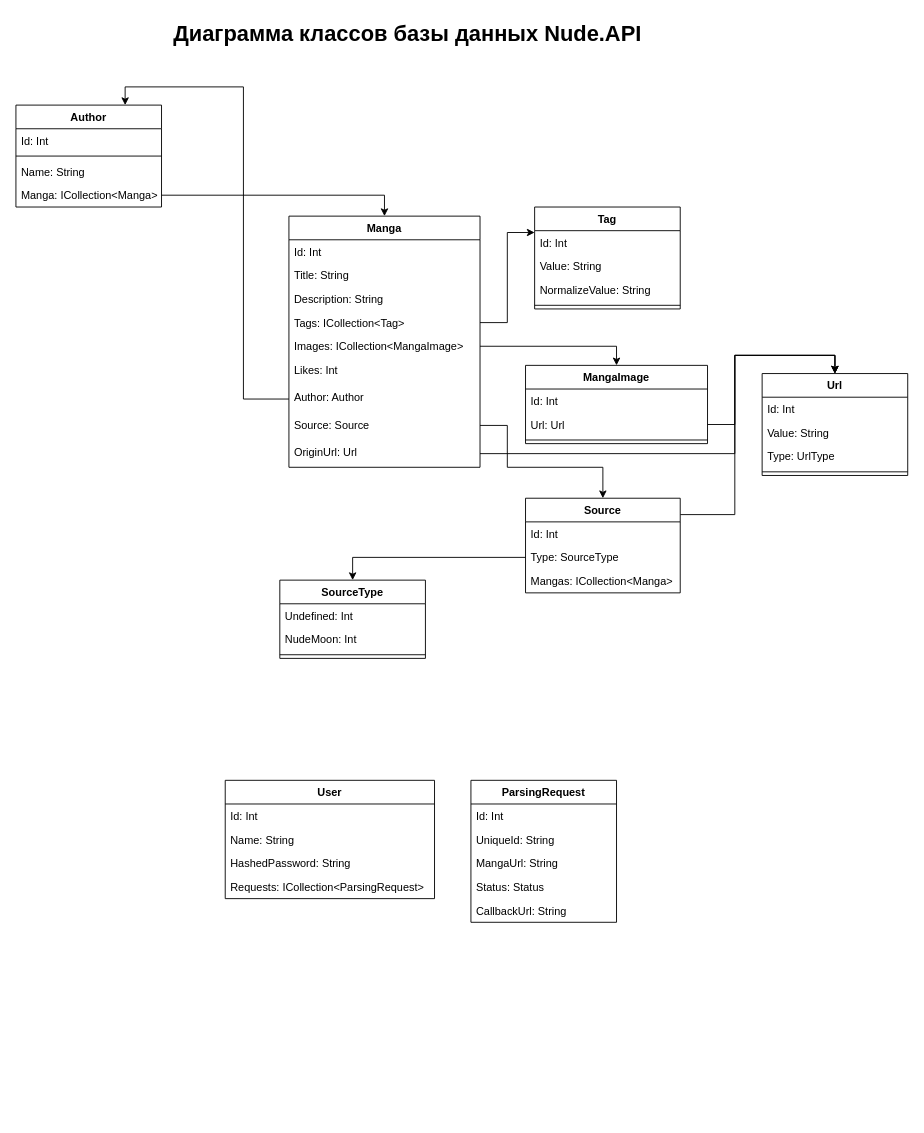
Sparrow1488/Nude keeps this draw.io diagram as etc/Nude.API.Database.drawio. Above is the earlier version. Source tidied: cells renumbered, new cells numbered last; positions are measured from the earlier drawing's top-left corner, leaving out a move shared by most shapes. Both pictures are drawn from the tidied source at 91%, with x=0, y=0 at pixel (15, 15).
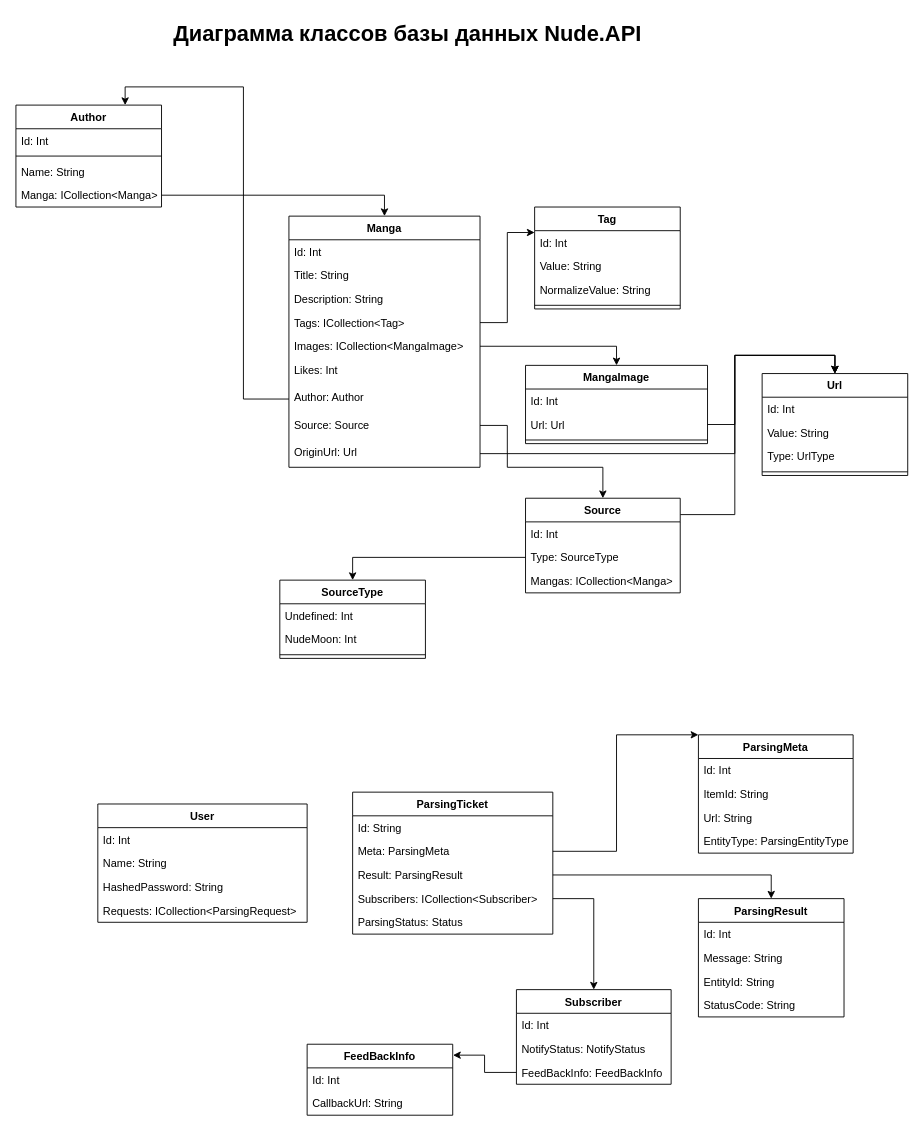
After the change.

What changed in the source:
```diff
@@
-    <mxCell id="49" value="ParsingRequest" style="swimlane;fontStyle=1;align=center;verticalAlign=top;horizontal=1;startSize=26;" parent="1" vertex="1">
-      <mxGeometry x="500" y="840" width="160" height="156" as="geometry" />
+    <mxCell id="49" value="ParsingTicket" style="swimlane;fontStyle=1;align=center;verticalAlign=top;horizontal=1;startSize=26;" parent="1" vertex="1">
+      <mxGeometry x="370" y="853" width="220" height="156" as="geometry" />
     </mxCell>
-    <mxCell id="50" value="Id: Int" style="text;strokeColor=none;fillColor=none;align=left;verticalAlign=top;spacingLeft=4;spacingRight=4;overflow=hidden;" parent="49" vertex="1">
-      <mxGeometry y="26" width="160" height="26" as="geometry" />
+    <mxCell id="50" value="Id: String" style="text;strokeColor=none;fillColor=none;align=left;verticalAlign=top;spacingLeft=4;spacingRight=4;overflow=hidden;" parent="49" vertex="1">
+      <mxGeometry y="26" width="220" height="26" as="geometry" />
     </mxCell>
-    <mxCell id="51" value="UniqueId: String" style="text;strokeColor=none;fillColor=none;align=left;verticalAlign=top;spacingLeft=4;spacingRight=4;overflow=hidden;points=[[0,0.5],[1,0.5]];portConstraint=eastwest;" parent="49" vertex="1">
-      <mxGeometry y="52" width="160" height="26" as="geometry" />
+    <mxCell id="51" value="Meta: ParsingMeta" style="text;strokeColor=none;fillColor=none;align=left;verticalAlign=top;spacingLeft=4;spacingRight=4;overflow=hidden;points=[[0,0.5],[1,0.5]];portConstraint=eastwest;" parent="49" vertex="1">
+      <mxGeometry y="52" width="220" height="26" as="geometry" />
     </mxCell>
-    <mxCell id="52" value="MangaUrl: String" style="text;strokeColor=none;fillColor=none;align=left;verticalAlign=top;spacingLeft=4;spacingRight=4;overflow=hidden;points=[[0,0.5],[1,0.5]];portConstraint=eastwest;" parent="49" vertex="1">
-      <mxGeometry y="78" width="160" height="26" as="geometry" />
+    <mxCell id="52" value="Result: ParsingResult" style="text;strokeColor=none;fillColor=none;align=left;verticalAlign=top;spacingLeft=4;spacingRight=4;overflow=hidden;points=[[0,0.5],[1,0.5]];portConstraint=eastwest;" parent="49" vertex="1">
+      <mxGeometry y="78" width="220" height="26" as="geometry" />
     </mxCell>
+    <mxCell id="60" value="Subscribers: ICollection&lt;Subscriber&gt;" style="text;strokeColor=none;fillColor=none;align=left;verticalAlign=top;spacingLeft=4;spacingRight=4;overflow=hidden;points=[[0,0.5],[1,0.5]];portConstraint=eastwest;" parent="49" vertex="1">
+      <mxGeometry y="104" width="220" height="26" as="geometry" />
+    </mxCell>
-    <mxCell id="53" value="Status: Status" style="text;strokeColor=none;fillColor=none;align=left;verticalAlign=top;spacingLeft=4;spacingRight=4;overflow=hidden;" parent="49" vertex="1">
-      <mxGeometry y="104" width="160" height="26" as="geometry" />
+    <mxCell id="53" value="ParsingStatus: Status" style="text;strokeColor=none;fillColor=none;align=left;verticalAlign=top;spacingLeft=4;spacingRight=4;overflow=hidden;" parent="49" vertex="1">
+      <mxGeometry y="130" width="220" height="26" as="geometry" />
     </mxCell>
-    <mxCell id="54" value="CallbackUrl: String" style="text;strokeColor=none;fillColor=none;align=left;verticalAlign=top;spacingLeft=4;spacingRight=4;overflow=hidden;" parent="49" vertex="1">
-      <mxGeometry y="130" width="160" height="26" as="geometry" />
-    </mxCell>
     <mxCell id="55" value="User" style="swimlane;fontStyle=1;align=center;verticalAlign=top;horizontal=1;startSize=26;" parent="1" vertex="1">
-      <mxGeometry x="230" y="840" width="230" height="130" as="geometry" />
+      <mxGeometry x="90" y="866" width="230" height="130" as="geometry" />
     </mxCell>
@@
+    <mxCell id="61" value="ParsingMeta" style="swimlane;fontStyle=1;align=center;verticalAlign=top;horizontal=1;startSize=26;" parent="1" vertex="1">
+      <mxGeometry x="750" y="790" width="170" height="130" as="geometry" />
+    </mxCell>
+    <mxCell id="62" value="Id: Int" style="text;strokeColor=none;fillColor=none;align=left;verticalAlign=top;spacingLeft=4;spacingRight=4;overflow=hidden;" parent="61" vertex="1">
+      <mxGeometry y="26" width="170" height="26" as="geometry" />
+    </mxCell>
+    <mxCell id="63" value="ItemId: String" style="text;strokeColor=none;fillColor=none;align=left;verticalAlign=top;spacingLeft=4;spacingRight=4;overflow=hidden;" parent="61" vertex="1">
+      <mxGeometry y="52" width="170" height="26" as="geometry" />
+    </mxCell>
+    <mxCell id="64" value="Url: String" style="text;strokeColor=none;fillColor=none;align=left;verticalAlign=top;spacingLeft=4;spacingRight=4;overflow=hidden;" parent="61" vertex="1">
+      <mxGeometry y="78" width="170" height="26" as="geometry" />
+    </mxCell>
+    <mxCell id="65" value="EntityType: ParsingEntityType" style="text;strokeColor=none;fillColor=none;align=left;verticalAlign=top;spacingLeft=4;spacingRight=4;overflow=hidden;" parent="61" vertex="1">
+      <mxGeometry y="104" width="170" height="26" as="geometry" />
+    </mxCell>
+    <mxCell id="66" value="ParsingResult" style="swimlane;fontStyle=1;align=center;verticalAlign=top;horizontal=1;startSize=26;" parent="1" vertex="1">
+      <mxGeometry x="750" y="970" width="160" height="130" as="geometry" />
+    </mxCell>
+    <mxCell id="67" value="Id: Int" style="text;strokeColor=none;fillColor=none;align=left;verticalAlign=top;spacingLeft=4;spacingRight=4;overflow=hidden;" parent="66" vertex="1">
+      <mxGeometry y="26" width="160" height="26" as="geometry" />
+    </mxCell>
+    <mxCell id="68" value="Message: String" style="text;strokeColor=none;fillColor=none;align=left;verticalAlign=top;spacingLeft=4;spacingRight=4;overflow=hidden;" parent="66" vertex="1">
+      <mxGeometry y="52" width="160" height="26" as="geometry" />
+    </mxCell>
+    <mxCell id="69" value="EntityId: String" style="text;strokeColor=none;fillColor=none;align=left;verticalAlign=top;spacingLeft=4;spacingRight=4;overflow=hidden;" parent="66" vertex="1">
+      <mxGeometry y="78" width="160" height="26" as="geometry" />
+    </mxCell>
+    <mxCell id="70" value="StatusCode: String" style="text;strokeColor=none;fillColor=none;align=left;verticalAlign=top;spacingLeft=4;spacingRight=4;overflow=hidden;" parent="66" vertex="1">
+      <mxGeometry y="104" width="160" height="26" as="geometry" />
+    </mxCell>
+    <mxCell id="71" style="edgeStyle=orthogonalEdgeStyle;rounded=0;jettySize=auto;html=1;entryX=0;entryY=0;entryDx=0;entryDy=0;" parent="1" edge="1" source="51" target="61">
+      <mxGeometry relative="1" as="geometry">
+        <Array as="points">
+          <mxPoint x="660" y="918" />
+          <mxPoint x="660" y="790" />
+        </Array>
+      </mxGeometry>
+    </mxCell>
+    <mxCell id="72" style="edgeStyle=orthogonalEdgeStyle;rounded=0;jettySize=auto;html=1;entryX=0.5;entryY=0;entryDx=0;entryDy=0;" parent="1" edge="1" source="52" target="66">
+      <mxGeometry relative="1" as="geometry" />
+    </mxCell>
+    <mxCell id="73" value="Subscriber" style="swimlane;fontStyle=1;align=center;verticalAlign=top;horizontal=1;startSize=26;" parent="1" vertex="1">
+      <mxGeometry x="550" y="1070" width="170" height="104" as="geometry" />
+    </mxCell>
+    <mxCell id="74" value="Id: Int" style="text;strokeColor=none;fillColor=none;align=left;verticalAlign=top;spacingLeft=4;spacingRight=4;overflow=hidden;" parent="73" vertex="1">
+      <mxGeometry y="26" width="170" height="26" as="geometry" />
+    </mxCell>
+    <mxCell id="75" value="NotifyStatus: NotifyStatus" style="text;strokeColor=none;fillColor=none;align=left;verticalAlign=top;spacingLeft=4;spacingRight=4;overflow=hidden;" parent="73" vertex="1">
+      <mxGeometry y="52" width="170" height="26" as="geometry" />
+    </mxCell>
+    <mxCell id="76" value="FeedBackInfo: FeedBackInfo" style="text;strokeColor=none;fillColor=none;align=left;verticalAlign=top;spacingLeft=4;spacingRight=4;overflow=hidden;points=[[0,0.5],[1,0.5]];portConstraint=eastwest;" parent="73" vertex="1">
+      <mxGeometry y="78" width="170" height="26" as="geometry" />
+    </mxCell>
+    <mxCell id="77" style="edgeStyle=orthogonalEdgeStyle;rounded=0;jettySize=auto;html=1;entryX=0.5;entryY=0;entryDx=0;entryDy=0;" parent="1" edge="1" source="60" target="73">
+      <mxGeometry relative="1" as="geometry" />
+    </mxCell>
+    <mxCell id="78" value="FeedBackInfo" style="swimlane;fontStyle=1;align=center;verticalAlign=top;horizontal=1;startSize=26;" parent="1" vertex="1">
+      <mxGeometry x="320" y="1130" width="160" height="78" as="geometry" />
+    </mxCell>
+    <mxCell id="79" value="Id: Int" style="text;strokeColor=none;fillColor=none;align=left;verticalAlign=top;spacingLeft=4;spacingRight=4;overflow=hidden;" parent="78" vertex="1">
+      <mxGeometry y="26" width="160" height="26" as="geometry" />
+    </mxCell>
+    <mxCell id="54" value="CallbackUrl: String" style="text;strokeColor=none;fillColor=none;align=left;verticalAlign=top;spacingLeft=4;spacingRight=4;overflow=hidden;" parent="78" vertex="1">
+      <mxGeometry y="52" width="160" height="26" as="geometry" />
+    </mxCell>
+    <mxCell id="80" style="edgeStyle=orthogonalEdgeStyle;rounded=0;jettySize=auto;html=1;entryX=1.002;entryY=0.154;entryDx=0;entryDy=0;entryPerimeter=0;" parent="1" edge="1" source="76" target="78">
+      <mxGeometry relative="1" as="geometry" />
+    </mxCell>
```
